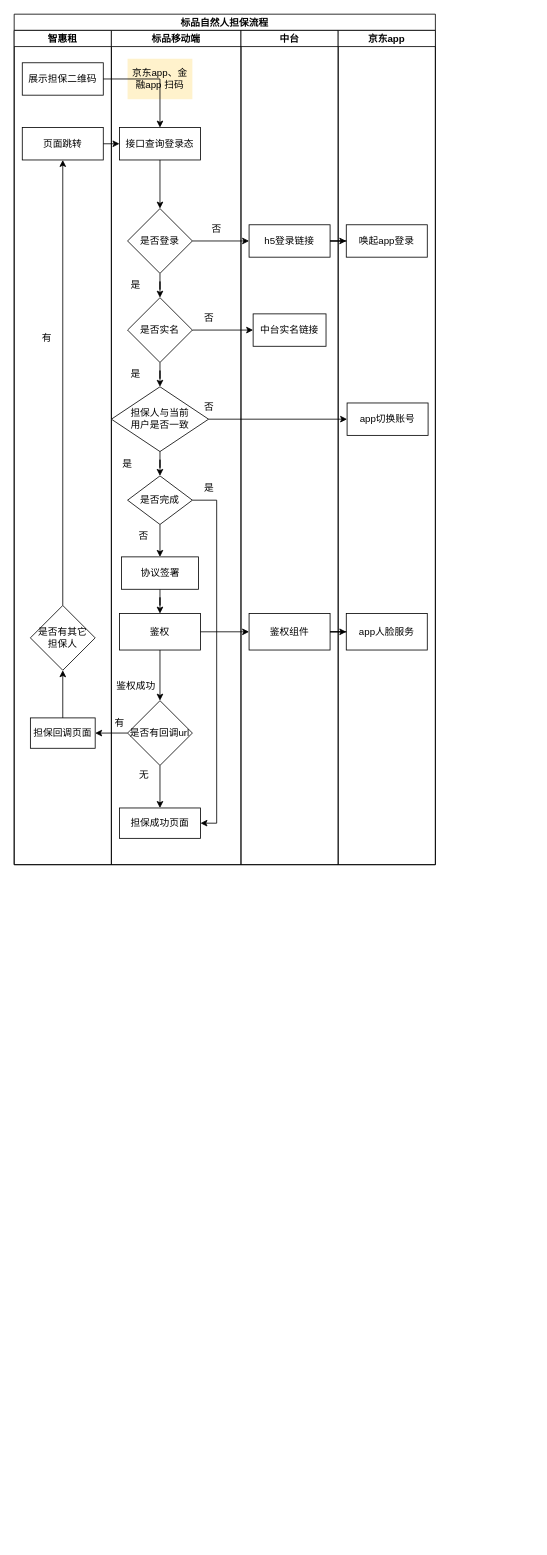
The draw.io diagram Untitled Diagram.drawio in senyawang/test, before the edit. Source tidied: cells renumbered, new cells numbered last; positions are measured from the earlier drawing's top-left corner, leaving out a move shared by most shapes. Both pictures are drawn from the tidied source at 81%, with x=0, y=0 at pixel (14, 14).
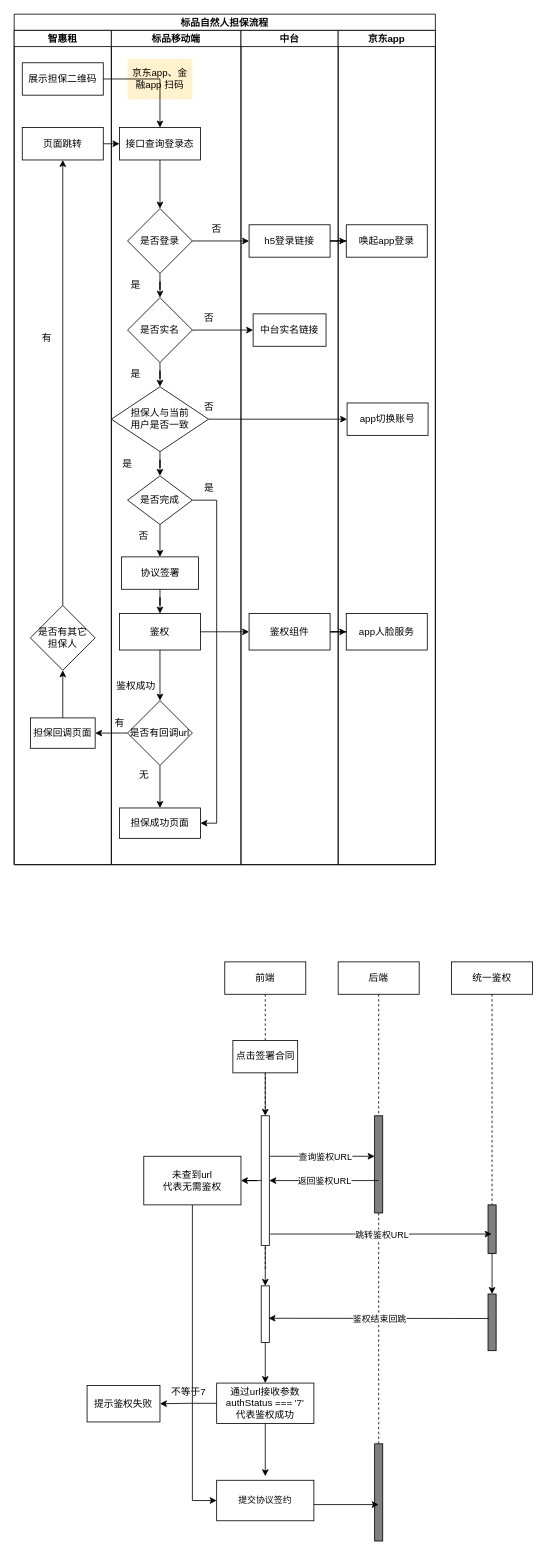
After the change.

Change to the diagram source:
```diff
@@
+    <mxCell id="59" value="后端" style="shape=umlLifeline;perimeter=lifelinePerimeter;whiteSpace=wrap;html=1;" parent="1" vertex="1">
+      <mxGeometry x="400" y="1170" width="100" height="700" as="geometry" />
+    </mxCell>
+    <mxCell id="60" style="html=1;perimeter=orthogonalPerimeter;fillColor=#808080;" parent="59" vertex="1">
+      <mxGeometry x="45" y="190" width="10" height="120" as="geometry" />
+    </mxCell>
+    <mxCell id="61" value="前端" style="shape=umlLifeline;perimeter=lifelinePerimeter;whiteSpace=wrap;html=1;" parent="1" vertex="1">
+      <mxGeometry x="260" y="1170" width="100" height="380" as="geometry" />
+    </mxCell>
+    <mxCell id="62" style="html=1;points=[];perimeter=orthogonalPerimeter;" parent="61" vertex="1">
+      <mxGeometry x="45" y="190" width="10" height="160" as="geometry" />
+    </mxCell>
+    <mxCell id="63" value="点击签署合同" style="html=1;points=[];perimeter=orthogonalPerimeter;" parent="61" vertex="1">
+      <mxGeometry x="10" y="97" width="80" height="40" as="geometry" />
+    </mxCell>
+    <mxCell id="64" value="统一鉴权" style="shape=umlLifeline;perimeter=lifelinePerimeter;whiteSpace=wrap;html=1;" parent="1" vertex="1">
+      <mxGeometry x="540" y="1170" width="100" height="360" as="geometry" />
+    </mxCell>
+    <mxCell id="65" style="html=1;points=[];perimeter=orthogonalPerimeter;fillColor=#808080;" parent="64" vertex="1">
+      <mxGeometry x="45" y="300" width="10" height="60" as="geometry" />
+    </mxCell>
+    <mxCell id="66" style="endArrow=classic;html=1;rounded=0;" parent="1" edge="1">
+      <mxGeometry relative="1" as="geometry">
+        <mxPoint x="315" y="1410" as="sourcePoint" />
+        <mxPoint x="445" y="1410" as="targetPoint" />
+      </mxGeometry>
+    </mxCell>
+    <mxCell id="67" value="查询鉴权URL" style="edgeLabel;html=1;align=center;verticalAlign=middle;" parent="66" vertex="1">
+      <mxGeometry relative="1" as="geometry">
+        <mxPoint x="3" as="offset" />
+      </mxGeometry>
+    </mxCell>
+    <mxCell id="68" style="endArrow=classic;html=1;rounded=0;exitX=0.5;exitY=0.75;exitDx=0;exitDy=0;exitPerimeter=0;" parent="1" edge="1">
+      <mxGeometry relative="1" as="geometry">
+        <mxPoint x="450" y="1440" as="sourcePoint" />
+        <mxPoint x="315" y="1440" as="targetPoint" />
+      </mxGeometry>
+    </mxCell>
+    <mxCell id="69" value="返回鉴权URL" style="edgeLabel;html=1;align=center;verticalAlign=middle;" parent="68" vertex="1">
+      <mxGeometry relative="1" as="geometry" />
+    </mxCell>
+    <mxCell id="70" style="endArrow=classic;html=1;rounded=0;exitX=1.1;exitY=0.837;exitDx=0;exitDy=0;exitPerimeter=0;" parent="1" edge="1">
+      <mxGeometry relative="1" as="geometry">
+        <mxPoint x="316" y="1506" as="sourcePoint" />
+        <mxPoint x="589.5" y="1506" as="targetPoint" />
+      </mxGeometry>
+    </mxCell>
+    <mxCell id="71" value="跳转鉴权URL" style="edgeLabel;html=1;align=center;verticalAlign=middle;" parent="70" vertex="1">
+      <mxGeometry relative="1" as="geometry" />
+    </mxCell>
+    <mxCell id="72" style="html=1;points=[];perimeter=orthogonalPerimeter;fillColor=#808080;" parent="1" vertex="1">
+      <mxGeometry x="585" y="1580" width="10" height="70" as="geometry" />
+    </mxCell>
+    <mxCell id="73" style="edgeStyle=orthogonalEdgeStyle;rounded=0;jettySize=auto;html=1;" parent="1" edge="1" source="65" target="72">
+      <mxGeometry relative="1" as="geometry" />
+    </mxCell>
+    <mxCell id="74" style="edgeStyle=orthogonalEdgeStyle;rounded=0;jettySize=auto;html=1;" parent="1" edge="1" source="75" target="80">
+      <mxGeometry relative="1" as="geometry" />
+    </mxCell>
+    <mxCell id="75" style="html=1;points=[];perimeter=orthogonalPerimeter;" parent="1" vertex="1">
+      <mxGeometry x="305" y="1570" width="10" height="70" as="geometry" />
+    </mxCell>
+    <mxCell id="76" style="edgeStyle=orthogonalEdgeStyle;rounded=0;jettySize=auto;html=1;" parent="1" edge="1" source="62" target="75">
+      <mxGeometry relative="1" as="geometry" />
+    </mxCell>
+    <mxCell id="77" style="endArrow=classic;html=1;rounded=0;exitX=0.1;exitY=0.433;exitDx=0;exitDy=0;exitPerimeter=0;entryX=0.9;entryY=0.571;entryDx=0;entryDy=0;entryPerimeter=0;" parent="1" edge="1" source="72" target="75">
+      <mxGeometry relative="1" as="geometry" />
+    </mxCell>
+    <mxCell id="78" value="鉴权结束回跳" style="edgeLabel;html=1;align=center;verticalAlign=middle;" parent="77" vertex="1">
+      <mxGeometry relative="1" as="geometry" />
+    </mxCell>
+    <mxCell id="79" style="edgeStyle=orthogonalEdgeStyle;rounded=0;jettySize=auto;html=1;" parent="1" edge="1" source="80">
+      <mxGeometry relative="1" as="geometry">
+        <mxPoint x="310" y="1805" as="targetPoint" />
+      </mxGeometry>
+    </mxCell>
+    <mxCell id="80" value="通过url接收参数&lt;br&gt;authStatus === '7'&lt;br&gt;代表鉴权成功" style="whiteSpace=wrap;html=1;" parent="1" vertex="1">
+      <mxGeometry x="250" y="1690" width="120" height="50" as="geometry" />
+    </mxCell>
+    <mxCell id="81" style="edgeStyle=orthogonalEdgeStyle;rounded=0;jettySize=auto;html=1;exitX=0;exitY=0.5;exitDx=0;exitDy=0;" parent="1" edge="1" source="80" target="84">
+      <mxGeometry relative="1" as="geometry" />
+    </mxCell>
+    <mxCell id="82" style="html=1;perimeter=orthogonalPerimeter;fillColor=#808080;" parent="1" vertex="1">
+      <mxGeometry x="445" y="1765" width="10" height="120" as="geometry" />
+    </mxCell>
+    <mxCell id="83" style="endArrow=classic;html=1;rounded=0;" parent="1" edge="1">
+      <mxGeometry relative="1" as="geometry">
+        <mxPoint x="350" y="1840" as="sourcePoint" />
+        <mxPoint x="450" y="1840" as="targetPoint" />
+      </mxGeometry>
+    </mxCell>
+    <mxCell id="84" value="提示鉴权失败" style="whiteSpace=wrap;html=1;" parent="1" vertex="1">
+      <mxGeometry x="90" y="1693" width="90" height="45" as="geometry" />
+    </mxCell>
+    <mxCell id="85" value="不等于7" style="text;html=1;align=center;verticalAlign=middle;strokeColor=none;fillColor=none;" parent="1" vertex="1">
+      <mxGeometry x="180" y="1686" width="70" height="30" as="geometry" />
+    </mxCell>
+    <mxCell id="86" style="edgeStyle=orthogonalEdgeStyle;rounded=0;jettySize=auto;html=1;" parent="1" edge="1" source="63">
+      <mxGeometry relative="1" as="geometry">
+        <mxPoint x="310" y="1360" as="targetPoint" />
+      </mxGeometry>
+    </mxCell>
+    <mxCell id="87" value="&lt;span style=&quot;font-size: 11px; background-color: rgb(255, 255, 255);&quot;&gt;提交协议签约&lt;/span&gt;" style="rounded=0;whiteSpace=wrap;html=1;" parent="1" vertex="1">
+      <mxGeometry x="250" y="1810" width="120" height="50" as="geometry" />
+    </mxCell>
+    <mxCell id="88" style="edgeStyle=orthogonalEdgeStyle;rounded=0;jettySize=auto;html=1;exitX=0.5;exitY=1;exitDx=0;exitDy=0;entryX=0;entryY=0.5;entryDx=0;entryDy=0;" parent="1" edge="1" source="89" target="87">
+      <mxGeometry relative="1" as="geometry" />
+    </mxCell>
+    <mxCell id="89" value="未查到url&lt;br&gt;代表无需鉴权" style="whiteSpace=wrap;html=1;" parent="1" vertex="1">
+      <mxGeometry x="160" y="1410" width="120" height="60" as="geometry" />
+    </mxCell>
+    <mxCell id="90" style="edgeStyle=orthogonalEdgeStyle;rounded=0;jettySize=auto;html=1;" parent="1" edge="1" source="62" target="89">
+      <mxGeometry relative="1" as="geometry" />
+    </mxCell>
```
